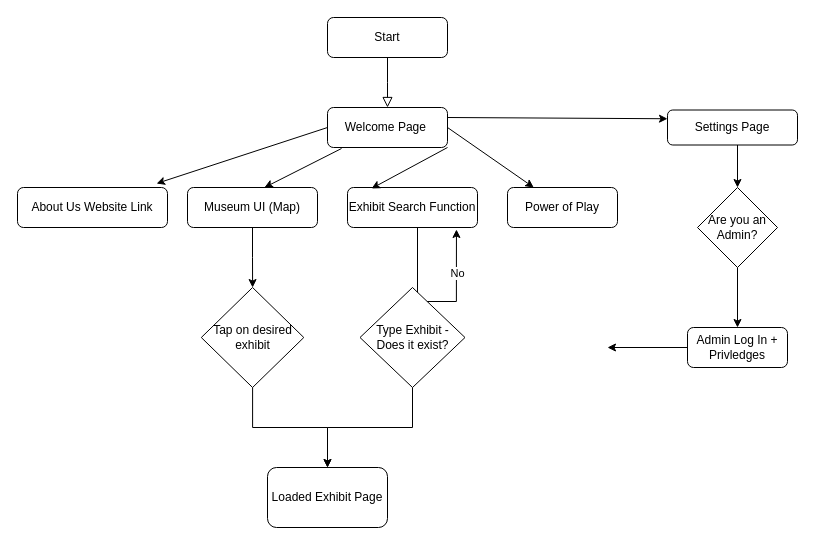
The draw.io diagram Untitled Diagram.drawio in LiamBroderick/Group-G-CSC-230, before the edit. Source tidied: cells renumbered, new cells numbered last; positions are measured from the earlier drawing's top-left corner, leaving out a move shared by most shapes. Both pictures are drawn from the tidied source at 100%, with x=0, y=0 at pixel (17, 17).
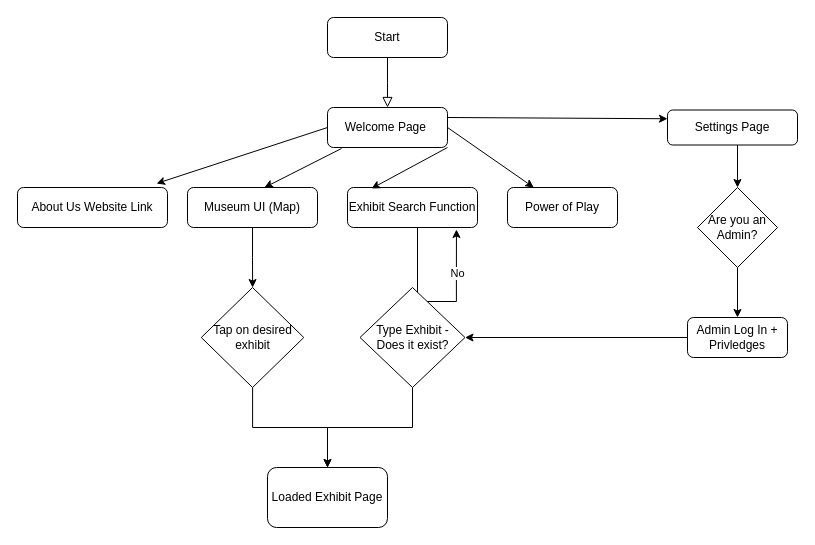
Above is the later version.

Unchanged cells that the change refers to:
```xml
<mxCell id="26" value="Type Exhibit - Does it exist?" style="rhombus;whiteSpace=wrap;html=1;" parent="1" vertex="1">
  <mxGeometry x="342.5" y="270" width="105" height="100" as="geometry" />
</mxCell>
```

The edit, as a diff of the source:
```diff
@@
-    <mxCell id="21" style="edgeStyle=orthogonalEdgeStyle;rounded=0;jettySize=auto;html=1;" parent="1" edge="1" source="22">
-      <mxGeometry relative="1" as="geometry">
-        <mxPoint x="590" y="330" as="targetPoint" />
-      </mxGeometry>
+    <mxCell id="21" style="edgeStyle=orthogonalEdgeStyle;rounded=0;jettySize=auto;html=1;entryX=1;entryY=0.5;entryDx=0;entryDy=0;" parent="1" edge="1" source="22" target="26">
+      <mxGeometry relative="1" as="geometry" />
     </mxCell>
     <mxCell id="22" value="Admin Log In + Privledges" style="rounded=1;whiteSpace=wrap;html=1;" parent="1" vertex="1">
-      <mxGeometry x="670" y="310" width="100" height="40" as="geometry" />
+      <mxGeometry x="670" y="300" width="100" height="40" as="geometry" />
     </mxCell>
```
